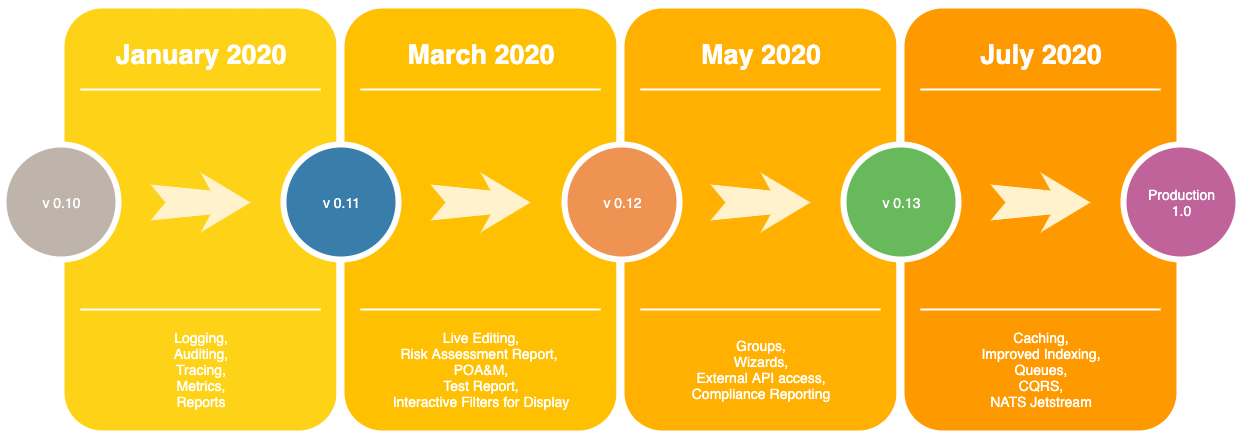
Earlier version of the draw.io export wwwroot/img/OpenRMF-roadmap.png (Cingulara/openrmf-io). Source tidied: cells renumbered, new cells last; positions are measured from the earlier drawing's top-left corner, leaving out a move shared by most shapes. Its diagram source:
```xml
<mxGraphModel background="#ffffff">
  <root>
    <mxCell id="0" />
    <mxCell id="1" parent="0" />
    <mxCell id="2" style="whiteSpace=wrap;html=1;rounded=1;shadow=0;strokeWidth=8;fontSize=20;align=center;fillColor=#FED217;strokeColor=#FFFFFF;" parent="1" vertex="1">
      <mxGeometry x="57" width="280" height="430" as="geometry" />
    </mxCell>
    <mxCell id="3" value="January 2020" style="text;html=1;strokeColor=none;fillColor=none;align=center;verticalAlign=middle;whiteSpace=wrap;rounded=0;shadow=0;fontSize=27;fontColor=#FFFFFF;fontStyle=1;" parent="1" vertex="1">
      <mxGeometry x="57" y="20" width="280" height="60" as="geometry" />
    </mxCell>
    <mxCell id="4" value="Logging,&lt;br&gt;Auditing,&lt;br&gt;Tracing,&lt;br&gt;Metrics,&lt;br&gt;Reports" style="text;html=1;strokeColor=none;fillColor=none;align=center;verticalAlign=middle;whiteSpace=wrap;rounded=0;shadow=0;fontSize=14;fontColor=#FFFFFF;" parent="1" vertex="1">
      <mxGeometry x="57" y="320" width="280" height="90" as="geometry" />
    </mxCell>
    <mxCell id="5" style="line;strokeWidth=2;html=1;rounded=0;shadow=0;fontSize=27;align=center;fillColor=none;strokeColor=#FFFFFF;" parent="1" vertex="1">
      <mxGeometry x="77" y="80" width="240" height="10" as="geometry" />
    </mxCell>
    <mxCell id="6" style="line;strokeWidth=2;html=1;rounded=0;shadow=0;fontSize=27;align=center;fillColor=none;strokeColor=#FFFFFF;" parent="1" vertex="1">
      <mxGeometry x="77" y="300" width="240" height="10" as="geometry" />
    </mxCell>
    <mxCell id="7" value="v 0.10" style="ellipse;whiteSpace=wrap;html=1;rounded=0;shadow=0;strokeWidth=6;fontSize=14;align=center;fillColor=#BFB4A9;strokeColor=#FFFFFF;fontColor=#FFFFFF;" parent="1" vertex="1">
      <mxGeometry y="140" width="115" height="115" as="geometry" />
    </mxCell>
    <mxCell id="8" style="html=1;shadow=0;dashed=0;align=center;verticalAlign=middle;shape=mxgraph.arrows2.stylisedArrow;dy=0.6;dx=40;notch=15;feather=0.4;rounded=0;strokeWidth=1;fontSize=27;strokeColor=none;fillColor=#fff2cc;" parent="1" vertex="1">
      <mxGeometry x="147" y="168" width="100" height="60" as="geometry" />
    </mxCell>
    <mxCell id="9" style="whiteSpace=wrap;html=1;rounded=1;shadow=0;strokeWidth=8;fontSize=20;align=center;fillColor=#FFC001;strokeColor=#FFFFFF;" parent="1" vertex="1">
      <mxGeometry x="337" width="280" height="430" as="geometry" />
    </mxCell>
    <mxCell id="10" value="March 2020" style="text;html=1;strokeColor=none;fillColor=none;align=center;verticalAlign=middle;whiteSpace=wrap;rounded=0;shadow=0;fontSize=27;fontColor=#FFFFFF;fontStyle=1;" parent="1" vertex="1">
      <mxGeometry x="337" y="20" width="280" height="60" as="geometry" />
    </mxCell>
    <mxCell id="11" value="Live Editing,&lt;br&gt;Risk Assessment Report,&amp;nbsp;&lt;br&gt;POA&amp;amp;M,&lt;br&gt;Test Report,&lt;br&gt;Interactive Filters for Display" style="text;html=1;strokeColor=none;fillColor=none;align=center;verticalAlign=middle;whiteSpace=wrap;rounded=0;shadow=0;fontSize=14;fontColor=#FFFFFF;" parent="1" vertex="1">
      <mxGeometry x="337" y="320" width="280" height="90" as="geometry" />
    </mxCell>
    <mxCell id="12" style="line;strokeWidth=2;html=1;rounded=0;shadow=0;fontSize=27;align=center;fillColor=none;strokeColor=#FFFFFF;" parent="1" vertex="1">
      <mxGeometry x="357" y="80" width="240" height="10" as="geometry" />
    </mxCell>
    <mxCell id="13" style="line;strokeWidth=2;html=1;rounded=0;shadow=0;fontSize=27;align=center;fillColor=none;strokeColor=#FFFFFF;" parent="1" vertex="1">
      <mxGeometry x="357" y="300" width="240" height="10" as="geometry" />
    </mxCell>
    <mxCell id="14" value="v 0.11" style="ellipse;whiteSpace=wrap;html=1;rounded=0;shadow=0;strokeWidth=6;fontSize=14;align=center;fillColor=#397DAA;strokeColor=#FFFFFF;fontColor=#FFFFFF;" parent="1" vertex="1">
      <mxGeometry x="280" y="140" width="115" height="115" as="geometry" />
    </mxCell>
    <mxCell id="15" style="html=1;shadow=0;dashed=0;align=center;verticalAlign=middle;shape=mxgraph.arrows2.stylisedArrow;dy=0.6;dx=40;notch=15;feather=0.4;rounded=0;strokeWidth=1;fontSize=27;strokeColor=none;fillColor=#fff2cc;" parent="1" vertex="1">
      <mxGeometry x="427" y="168" width="100" height="60" as="geometry" />
    </mxCell>
    <mxCell id="16" style="whiteSpace=wrap;html=1;rounded=1;shadow=0;strokeWidth=8;fontSize=20;align=center;fillColor=#FFB001;strokeColor=#FFFFFF;" parent="1" vertex="1">
      <mxGeometry x="617" width="280" height="430" as="geometry" />
    </mxCell>
    <mxCell id="17" value="May 2020" style="text;html=1;strokeColor=none;fillColor=none;align=center;verticalAlign=middle;whiteSpace=wrap;rounded=0;shadow=0;fontSize=27;fontColor=#FFFFFF;fontStyle=1;" parent="1" vertex="1">
      <mxGeometry x="617" y="20" width="280" height="60" as="geometry" />
    </mxCell>
    <mxCell id="18" value="Groups,&lt;br&gt;Wizards,&lt;br&gt;External API access,&lt;br&gt;Compliance Reporting" style="text;html=1;strokeColor=none;fillColor=none;align=center;verticalAlign=middle;whiteSpace=wrap;rounded=0;shadow=0;fontSize=14;fontColor=#FFFFFF;" parent="1" vertex="1">
      <mxGeometry x="617" y="320" width="280" height="90" as="geometry" />
    </mxCell>
    <mxCell id="19" style="line;strokeWidth=2;html=1;rounded=0;shadow=0;fontSize=27;align=center;fillColor=none;strokeColor=#FFFFFF;" parent="1" vertex="1">
      <mxGeometry x="637" y="80" width="240" height="10" as="geometry" />
    </mxCell>
    <mxCell id="20" style="line;strokeWidth=2;html=1;rounded=0;shadow=0;fontSize=27;align=center;fillColor=none;strokeColor=#FFFFFF;" parent="1" vertex="1">
      <mxGeometry x="637" y="300" width="240" height="10" as="geometry" />
    </mxCell>
    <mxCell id="21" value="v 0.12" style="ellipse;whiteSpace=wrap;html=1;rounded=0;shadow=0;strokeWidth=6;fontSize=14;align=center;fillColor=#EF9353;strokeColor=#FFFFFF;fontColor=#FFFFFF;" parent="1" vertex="1">
      <mxGeometry x="561" y="140" width="115" height="115" as="geometry" />
    </mxCell>
    <mxCell id="22" style="html=1;shadow=0;dashed=0;align=center;verticalAlign=middle;shape=mxgraph.arrows2.stylisedArrow;dy=0.6;dx=40;notch=15;feather=0.4;rounded=0;strokeWidth=1;fontSize=27;strokeColor=none;fillColor=#fff2cc;" parent="1" vertex="1">
      <mxGeometry x="707" y="168" width="100" height="60" as="geometry" />
    </mxCell>
    <mxCell id="23" style="whiteSpace=wrap;html=1;rounded=1;shadow=0;strokeWidth=8;fontSize=20;align=center;fillColor=#FE9900;strokeColor=#FFFFFF;" parent="1" vertex="1">
      <mxGeometry x="897" width="280" height="430" as="geometry" />
    </mxCell>
    <mxCell id="24" value="July 2020" style="text;html=1;strokeColor=none;fillColor=none;align=center;verticalAlign=middle;whiteSpace=wrap;rounded=0;shadow=0;fontSize=27;fontColor=#FFFFFF;fontStyle=1;" parent="1" vertex="1">
      <mxGeometry x="897" y="20" width="280" height="60" as="geometry" />
    </mxCell>
    <mxCell id="25" value="Caching,&lt;br&gt;Improved Indexing,&lt;br&gt;Queues,&lt;br&gt;CQRS,&lt;br&gt;NATS Jetstream" style="text;html=1;strokeColor=none;fillColor=none;align=center;verticalAlign=middle;whiteSpace=wrap;rounded=0;shadow=0;fontSize=14;fontColor=#FFFFFF;" parent="1" vertex="1">
      <mxGeometry x="897" y="320" width="280" height="90" as="geometry" />
    </mxCell>
    <mxCell id="26" style="line;strokeWidth=2;html=1;rounded=0;shadow=0;fontSize=27;align=center;fillColor=none;strokeColor=#FFFFFF;" parent="1" vertex="1">
      <mxGeometry x="917" y="80" width="240" height="10" as="geometry" />
    </mxCell>
    <mxCell id="27" style="line;strokeWidth=2;html=1;rounded=0;shadow=0;fontSize=27;align=center;fillColor=none;strokeColor=#FFFFFF;" parent="1" vertex="1">
      <mxGeometry x="917" y="300" width="240" height="10" as="geometry" />
    </mxCell>
    <mxCell id="28" value="v 0.13" style="ellipse;whiteSpace=wrap;html=1;rounded=0;shadow=0;strokeWidth=6;fontSize=14;align=center;fillColor=#68B85C;strokeColor=#FFFFFF;fontColor=#FFFFFF;" parent="1" vertex="1">
      <mxGeometry x="840" y="140" width="115" height="115" as="geometry" />
    </mxCell>
    <mxCell id="29" style="html=1;shadow=0;dashed=0;align=center;verticalAlign=middle;shape=mxgraph.arrows2.stylisedArrow;dy=0.6;dx=40;notch=15;feather=0.4;rounded=0;strokeWidth=1;fontSize=27;strokeColor=none;fillColor=#fff2cc;" parent="1" vertex="1">
      <mxGeometry x="987" y="168" width="100" height="60" as="geometry" />
    </mxCell>
    <mxCell id="30" value="Production&lt;br&gt;1.0" style="ellipse;whiteSpace=wrap;html=1;rounded=0;shadow=0;strokeWidth=6;fontSize=14;align=center;fillColor=#BF639A;strokeColor=#FFFFFF;fontColor=#FFFFFF;" parent="1" vertex="1">
      <mxGeometry x="1120" y="140" width="115" height="115" as="geometry" />
    </mxCell>
  </root>
</mxGraphModel>
```
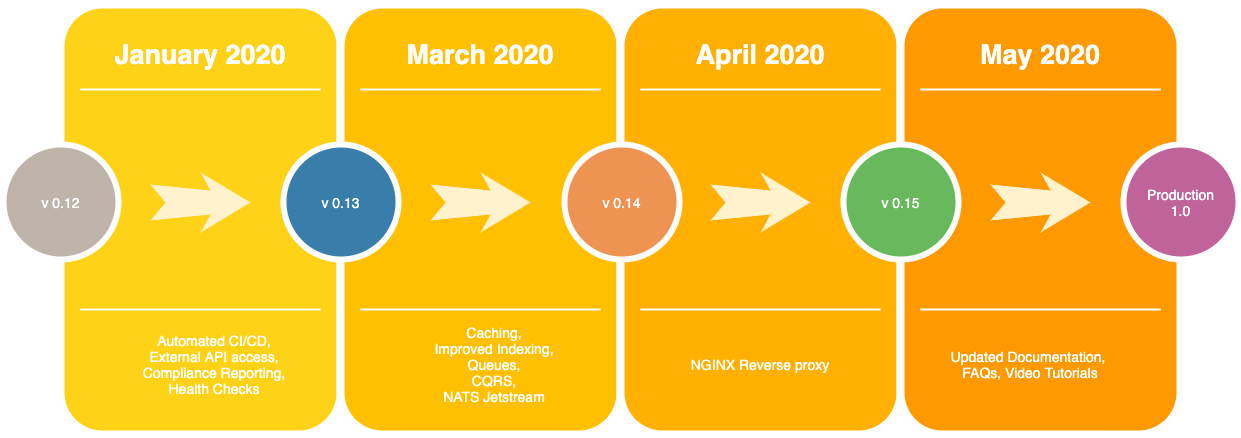
Above is the later version.

Change to the diagram source:
```diff
@@ -8,16 +8,13 @@
     <mxCell id="3" value="January 2020" style="text;html=1;strokeColor=none;fillColor=none;align=center;verticalAlign=middle;whiteSpace=wrap;rounded=0;shadow=0;fontSize=27;fontColor=#FFFFFF;fontStyle=1;" parent="1" vertex="1">
       <mxGeometry x="57" y="20" width="280" height="60" as="geometry" />
     </mxCell>
-    <mxCell id="4" value="Logging,&lt;br&gt;Auditing,&lt;br&gt;Tracing,&lt;br&gt;Metrics,&lt;br&gt;Reports" style="text;html=1;strokeColor=none;fillColor=none;align=center;verticalAlign=middle;whiteSpace=wrap;rounded=0;shadow=0;fontSize=14;fontColor=#FFFFFF;" parent="1" vertex="1">
-      <mxGeometry x="57" y="320" width="280" height="90" as="geometry" />
-    </mxCell>
     <mxCell id="5" style="line;strokeWidth=2;html=1;rounded=0;shadow=0;fontSize=27;align=center;fillColor=none;strokeColor=#FFFFFF;" parent="1" vertex="1">
       <mxGeometry x="77" y="80" width="240" height="10" as="geometry" />
     </mxCell>
     <mxCell id="6" style="line;strokeWidth=2;html=1;rounded=0;shadow=0;fontSize=27;align=center;fillColor=none;strokeColor=#FFFFFF;" parent="1" vertex="1">
       <mxGeometry x="77" y="300" width="240" height="10" as="geometry" />
     </mxCell>
-    <mxCell id="7" value="v 0.10" style="ellipse;whiteSpace=wrap;html=1;rounded=0;shadow=0;strokeWidth=6;fontSize=14;align=center;fillColor=#BFB4A9;strokeColor=#FFFFFF;fontColor=#FFFFFF;" parent="1" vertex="1">
+    <mxCell id="7" value="v 0.12" style="ellipse;whiteSpace=wrap;html=1;rounded=0;shadow=0;strokeWidth=6;fontSize=14;align=center;fillColor=#BFB4A9;strokeColor=#FFFFFF;fontColor=#FFFFFF;" parent="1" vertex="1">
       <mxGeometry y="140" width="115" height="115" as="geometry" />
     </mxCell>
     <mxCell id="8" style="html=1;shadow=0;dashed=0;align=center;verticalAlign=middle;shape=mxgraph.arrows2.stylisedArrow;dy=0.6;dx=40;notch=15;feather=0.4;rounded=0;strokeWidth=1;fontSize=27;strokeColor=none;fillColor=#fff2cc;" parent="1" vertex="1">
@@ -29,16 +26,13 @@
     <mxCell id="10" value="March 2020" style="text;html=1;strokeColor=none;fillColor=none;align=center;verticalAlign=middle;whiteSpace=wrap;rounded=0;shadow=0;fontSize=27;fontColor=#FFFFFF;fontStyle=1;" parent="1" vertex="1">
       <mxGeometry x="337" y="20" width="280" height="60" as="geometry" />
     </mxCell>
-    <mxCell id="11" value="Live Editing,&lt;br&gt;Risk Assessment Report,&amp;nbsp;&lt;br&gt;POA&amp;amp;M,&lt;br&gt;Test Report,&lt;br&gt;Interactive Filters for Display" style="text;html=1;strokeColor=none;fillColor=none;align=center;verticalAlign=middle;whiteSpace=wrap;rounded=0;shadow=0;fontSize=14;fontColor=#FFFFFF;" parent="1" vertex="1">
-      <mxGeometry x="337" y="320" width="280" height="90" as="geometry" />
-    </mxCell>
     <mxCell id="12" style="line;strokeWidth=2;html=1;rounded=0;shadow=0;fontSize=27;align=center;fillColor=none;strokeColor=#FFFFFF;" parent="1" vertex="1">
       <mxGeometry x="357" y="80" width="240" height="10" as="geometry" />
     </mxCell>
     <mxCell id="13" style="line;strokeWidth=2;html=1;rounded=0;shadow=0;fontSize=27;align=center;fillColor=none;strokeColor=#FFFFFF;" parent="1" vertex="1">
       <mxGeometry x="357" y="300" width="240" height="10" as="geometry" />
     </mxCell>
-    <mxCell id="14" value="v 0.11" style="ellipse;whiteSpace=wrap;html=1;rounded=0;shadow=0;strokeWidth=6;fontSize=14;align=center;fillColor=#397DAA;strokeColor=#FFFFFF;fontColor=#FFFFFF;" parent="1" vertex="1">
+    <mxCell id="14" value="v 0.13" style="ellipse;whiteSpace=wrap;html=1;rounded=0;shadow=0;strokeWidth=6;fontSize=14;align=center;fillColor=#397DAA;strokeColor=#FFFFFF;fontColor=#FFFFFF;" parent="1" vertex="1">
       <mxGeometry x="280" y="140" width="115" height="115" as="geometry" />
     </mxCell>
     <mxCell id="15" style="html=1;shadow=0;dashed=0;align=center;verticalAlign=middle;shape=mxgraph.arrows2.stylisedArrow;dy=0.6;dx=40;notch=15;feather=0.4;rounded=0;strokeWidth=1;fontSize=27;strokeColor=none;fillColor=#fff2cc;" parent="1" vertex="1">
@@ -47,11 +41,11 @@
     <mxCell id="16" style="whiteSpace=wrap;html=1;rounded=1;shadow=0;strokeWidth=8;fontSize=20;align=center;fillColor=#FFB001;strokeColor=#FFFFFF;" parent="1" vertex="1">
       <mxGeometry x="617" width="280" height="430" as="geometry" />
     </mxCell>
-    <mxCell id="17" value="May 2020" style="text;html=1;strokeColor=none;fillColor=none;align=center;verticalAlign=middle;whiteSpace=wrap;rounded=0;shadow=0;fontSize=27;fontColor=#FFFFFF;fontStyle=1;" parent="1" vertex="1">
+    <mxCell id="17" value="April 2020" style="text;html=1;strokeColor=none;fillColor=none;align=center;verticalAlign=middle;whiteSpace=wrap;rounded=0;shadow=0;fontSize=27;fontColor=#FFFFFF;fontStyle=1;" parent="1" vertex="1">
       <mxGeometry x="617" y="20" width="280" height="60" as="geometry" />
     </mxCell>
-    <mxCell id="18" value="Groups,&lt;br&gt;Wizards,&lt;br&gt;External API access,&lt;br&gt;Compliance Reporting" style="text;html=1;strokeColor=none;fillColor=none;align=center;verticalAlign=middle;whiteSpace=wrap;rounded=0;shadow=0;fontSize=14;fontColor=#FFFFFF;" parent="1" vertex="1">
-      <mxGeometry x="617" y="320" width="280" height="90" as="geometry" />
+    <mxCell id="18" value="Automated CI/CD,&lt;br&gt;External API access,&lt;br&gt;Compliance Reporting,&lt;br&gt;Health Checks" style="text;html=1;strokeColor=none;fillColor=none;align=center;verticalAlign=middle;whiteSpace=wrap;rounded=0;shadow=0;fontSize=14;fontColor=#FFFFFF;" parent="1" vertex="1">
+      <mxGeometry x="71" y="315" width="280" height="90" as="geometry" />
     </mxCell>
     <mxCell id="19" style="line;strokeWidth=2;html=1;rounded=0;shadow=0;fontSize=27;align=center;fillColor=none;strokeColor=#FFFFFF;" parent="1" vertex="1">
       <mxGeometry x="637" y="80" width="240" height="10" as="geometry" />
@@ -59,7 +53,7 @@
     <mxCell id="20" style="line;strokeWidth=2;html=1;rounded=0;shadow=0;fontSize=27;align=center;fillColor=none;strokeColor=#FFFFFF;" parent="1" vertex="1">
       <mxGeometry x="637" y="300" width="240" height="10" as="geometry" />
     </mxCell>
-    <mxCell id="21" value="v 0.12" style="ellipse;whiteSpace=wrap;html=1;rounded=0;shadow=0;strokeWidth=6;fontSize=14;align=center;fillColor=#EF9353;strokeColor=#FFFFFF;fontColor=#FFFFFF;" parent="1" vertex="1">
+    <mxCell id="21" value="v 0.14" style="ellipse;whiteSpace=wrap;html=1;rounded=0;shadow=0;strokeWidth=6;fontSize=14;align=center;fillColor=#EF9353;strokeColor=#FFFFFF;fontColor=#FFFFFF;" parent="1" vertex="1">
       <mxGeometry x="561" y="140" width="115" height="115" as="geometry" />
     </mxCell>
     <mxCell id="22" style="html=1;shadow=0;dashed=0;align=center;verticalAlign=middle;shape=mxgraph.arrows2.stylisedArrow;dy=0.6;dx=40;notch=15;feather=0.4;rounded=0;strokeWidth=1;fontSize=27;strokeColor=none;fillColor=#fff2cc;" parent="1" vertex="1">
@@ -68,11 +62,11 @@
     <mxCell id="23" style="whiteSpace=wrap;html=1;rounded=1;shadow=0;strokeWidth=8;fontSize=20;align=center;fillColor=#FE9900;strokeColor=#FFFFFF;" parent="1" vertex="1">
       <mxGeometry x="897" width="280" height="430" as="geometry" />
     </mxCell>
-    <mxCell id="24" value="July 2020" style="text;html=1;strokeColor=none;fillColor=none;align=center;verticalAlign=middle;whiteSpace=wrap;rounded=0;shadow=0;fontSize=27;fontColor=#FFFFFF;fontStyle=1;" parent="1" vertex="1">
+    <mxCell id="24" value="May 2020" style="text;html=1;strokeColor=none;fillColor=none;align=center;verticalAlign=middle;whiteSpace=wrap;rounded=0;shadow=0;fontSize=27;fontColor=#FFFFFF;fontStyle=1;" parent="1" vertex="1">
       <mxGeometry x="897" y="20" width="280" height="60" as="geometry" />
     </mxCell>
-    <mxCell id="25" value="Caching,&lt;br&gt;Improved Indexing,&lt;br&gt;Queues,&lt;br&gt;CQRS,&lt;br&gt;NATS Jetstream" style="text;html=1;strokeColor=none;fillColor=none;align=center;verticalAlign=middle;whiteSpace=wrap;rounded=0;shadow=0;fontSize=14;fontColor=#FFFFFF;" parent="1" vertex="1">
-      <mxGeometry x="897" y="320" width="280" height="90" as="geometry" />
+    <mxCell id="25" value="NGINX Reverse proxy" style="text;html=1;strokeColor=none;fillColor=none;align=center;verticalAlign=middle;whiteSpace=wrap;rounded=0;shadow=0;fontSize=14;fontColor=#FFFFFF;" parent="1" vertex="1">
+      <mxGeometry x="647" y="315" width="220" height="90" as="geometry" />
     </mxCell>
     <mxCell id="26" style="line;strokeWidth=2;html=1;rounded=0;shadow=0;fontSize=27;align=center;fillColor=none;strokeColor=#FFFFFF;" parent="1" vertex="1">
       <mxGeometry x="917" y="80" width="240" height="10" as="geometry" />
@@ -80,7 +74,7 @@
     <mxCell id="27" style="line;strokeWidth=2;html=1;rounded=0;shadow=0;fontSize=27;align=center;fillColor=none;strokeColor=#FFFFFF;" parent="1" vertex="1">
       <mxGeometry x="917" y="300" width="240" height="10" as="geometry" />
     </mxCell>
-    <mxCell id="28" value="v 0.13" style="ellipse;whiteSpace=wrap;html=1;rounded=0;shadow=0;strokeWidth=6;fontSize=14;align=center;fillColor=#68B85C;strokeColor=#FFFFFF;fontColor=#FFFFFF;" parent="1" vertex="1">
+    <mxCell id="28" value="v 0.15" style="ellipse;whiteSpace=wrap;html=1;rounded=0;shadow=0;strokeWidth=6;fontSize=14;align=center;fillColor=#68B85C;strokeColor=#FFFFFF;fontColor=#FFFFFF;" parent="1" vertex="1">
       <mxGeometry x="840" y="140" width="115" height="115" as="geometry" />
     </mxCell>
     <mxCell id="29" style="html=1;shadow=0;dashed=0;align=center;verticalAlign=middle;shape=mxgraph.arrows2.stylisedArrow;dy=0.6;dx=40;notch=15;feather=0.4;rounded=0;strokeWidth=1;fontSize=27;strokeColor=none;fillColor=#fff2cc;" parent="1" vertex="1">
@@ -89,5 +83,11 @@
     <mxCell id="30" value="Production&lt;br&gt;1.0" style="ellipse;whiteSpace=wrap;html=1;rounded=0;shadow=0;strokeWidth=6;fontSize=14;align=center;fillColor=#BF639A;strokeColor=#FFFFFF;fontColor=#FFFFFF;" parent="1" vertex="1">
       <mxGeometry x="1120" y="140" width="115" height="115" as="geometry" />
     </mxCell>
+    <mxCell id="31" value="Caching,&lt;br&gt;Improved Indexing,&lt;br&gt;Queues,&lt;br&gt;CQRS,&lt;br&gt;NATS Jetstream" style="text;html=1;strokeColor=none;fillColor=none;align=center;verticalAlign=middle;whiteSpace=wrap;rounded=0;shadow=0;fontSize=14;fontColor=#FFFFFF;" parent="1" vertex="1">
+      <mxGeometry x="351" y="315" width="280" height="90" as="geometry" />
+    </mxCell>
+    <mxCell id="32" value="Updated Documentation, &lt;br&gt;FAQs, Video Tutorials" style="text;html=1;strokeColor=none;fillColor=none;align=center;verticalAlign=middle;whiteSpace=wrap;rounded=0;shadow=0;fontSize=14;fontColor=#FFFFFF;" parent="1" vertex="1">
+      <mxGeometry x="917" y="315" width="220" height="90" as="geometry" />
+    </mxCell>
   </root>
 </mxGraphModel>
```
